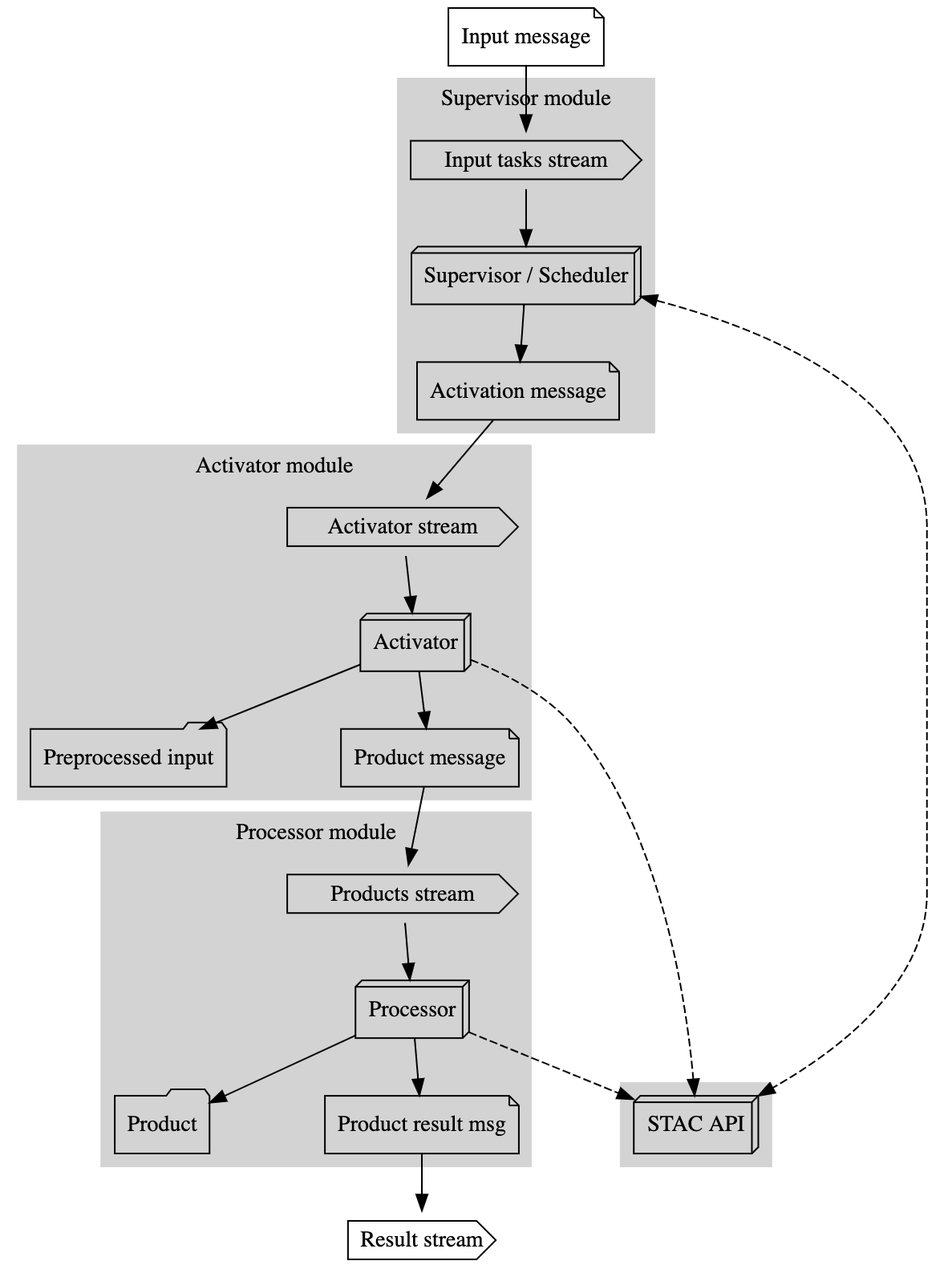
Before: docs/arch/v1/img/arch_supervisor.dot.png, a diagram exported from Graphviz (azavea/nasa-hyperspectral). Its source is kept beside it as docs/arch/v1/arch_supervisor.dot. Its diagram source:
```dot
digraph G {
    nodesep = 1
    ranksep = 0.5

    stac_api

    msg -> stream

    stream -> supervisor

    supervisor -> activation_msg

    supervisor -> stac_api [dir = both, style = dashed]

    activation_msg -> stream_activator

    stream_activator -> activator

    activator -> stac_api [style = dashed]

    activator -> preprocessed_input

    activator -> product_msg

    product_msg -> stream_products

    stream_products -> processor

    processor -> stac_api [style = dashed]

    processor -> product

    processor -> product_result_msg

    product_result_msg -> result_stream

    stac_api [shape = box3d, label = "STAC API"]
    stream [shape = cds, label = "Input tasks stream", width = 2]
    msg [shape = note, label = "Input message"]
    supervisor [shape = box3d, label = "Supervisor / Scheduler"]
    activation_msg [shape = note, label = "Activation message"]
    stream_activator [shape = cds, label = "Activator stream", width = 2]
    activator [shape = box3d, label = "Activator"]
    preprocessed_input [shape = folder, label = "Preprocessed input"]
    product_msg [shape = note, label = "Product message"]
    stream_products [shape = cds, label = "Products stream", width = 2]
    processor [shape = box3d, label = "Processor"]
    product [shape = folder, label = "Product"]
    product_result_msg [shape = note, label = "Product result msg"]
    result_stream [shape = cds, label = "Result stream"]

    subgraph cluster_persistence {
        style=filled;
		color=lightgrey;
		node [style=filled,color=white];
        stac_api;
    }

    subgraph cluster_superviser {
		style=filled;
		color=lightgrey;
		node [style=filled,color=white];
        stream;
        supervisor;
        activation_msg;
		label = "Supervisor module";
	}

    subgraph cluster_activator {
		style=filled;
		color=lightgrey;
		node [style=filled,color=white];
        stream_activator;
        activator;
        preprocessed_input;
        product_msg;
		label = "Activator module";
	}

    subgraph cluster_processor {
		style=filled;
		color=lightgrey;
		node [style=filled,color=white];
        stream_products;
        processor;
        product_result_msg;
        product;
		label = "Processor module";
	}
}
```
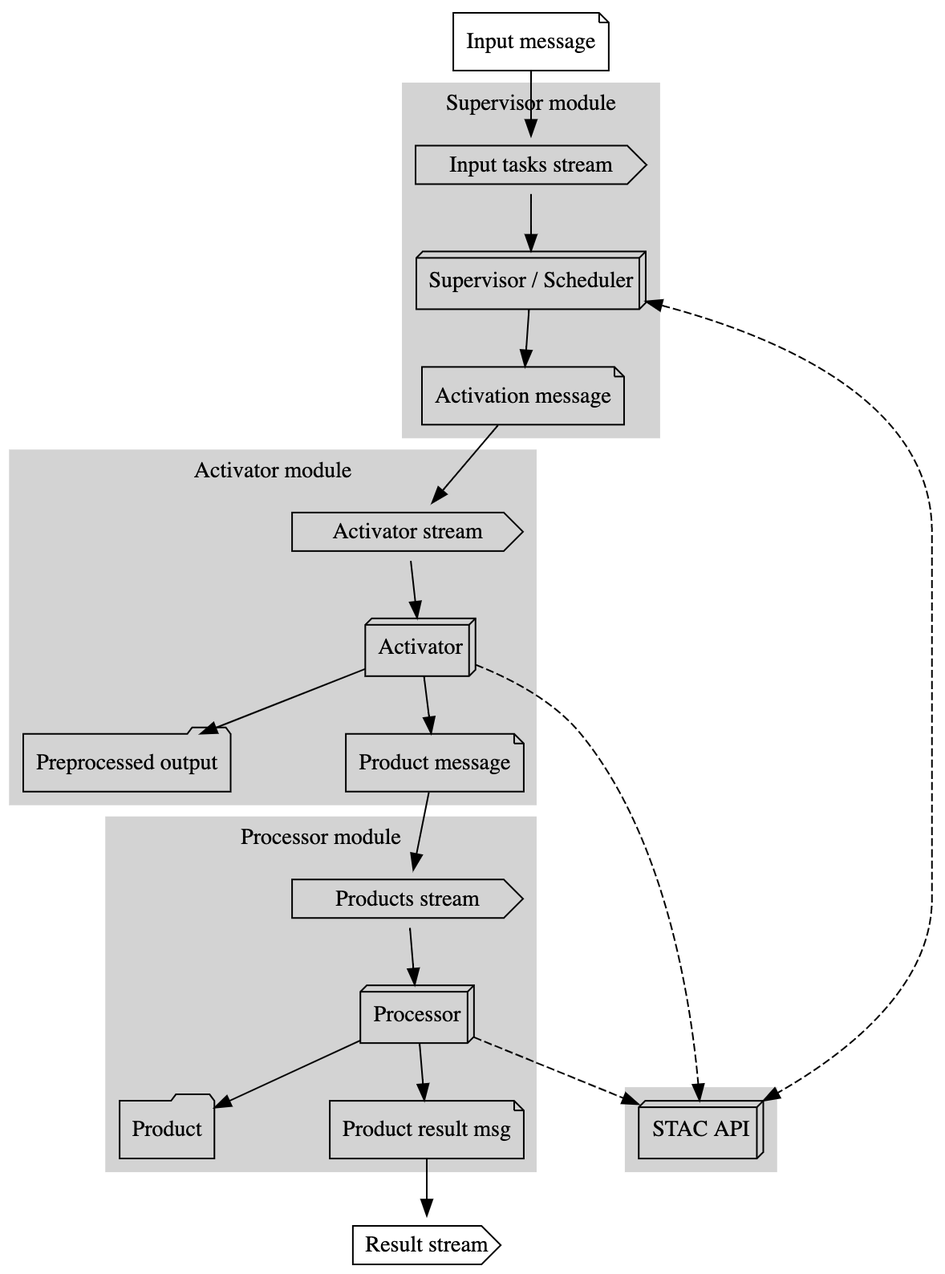
The same file after the commit.

Commit message:
Add words and fix diagrams

Diff of the diagram source:
```diff
@@ -41,7 +41,7 @@
     activation_msg [shape = note, label = "Activation message"]
     stream_activator [shape = cds, label = "Activator stream", width = 2]
     activator [shape = box3d, label = "Activator"]
-    preprocessed_input [shape = folder, label = "Preprocessed input"]
+    preprocessed_input [shape = folder, label = "Preprocessed output"]
     product_msg [shape = note, label = "Product message"]
     stream_products [shape = cds, label = "Products stream", width = 2]
     processor [shape = box3d, label = "Processor"]
```
